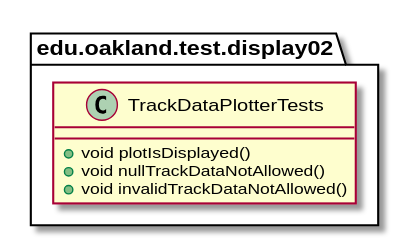
andrewdimmer/csi-3370-software-project keeps this PlantUML diagram as docs/uml-class-diagrams/display02/test/TrackDataPlotterTests/TrackDataPlotterTests.svg. Above is the earlier version.
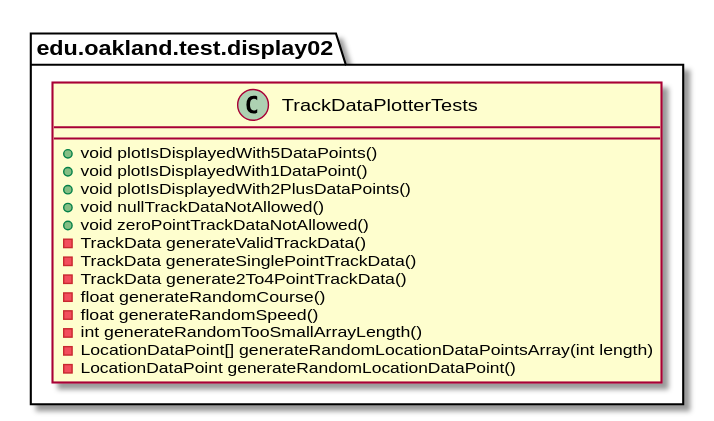
The same file after the commit.

Diff of the diagram source:
```diff
@@ -2,9 +2,20 @@
 
 package edu.oakland.test.display02 {
     class TrackDataPlotterTests {
-        + void plotIsDisplayed()
+        + void plotIsDisplayedWith5DataPoints()
+        + void plotIsDisplayedWith1DataPoint()
+        + void plotIsDisplayedWith2PlusDataPoints()
         + void nullTrackDataNotAllowed()
-        + void invalidTrackDataNotAllowed()
+        + void zeroPointTrackDataNotAllowed()
+        - TrackData generateValidTrackData()
+        - TrackData generateSinglePointTrackData()
+        - TrackData generate2To4PointTrackData()
+        - float generateRandomCourse()
+        - float generateRandomSpeed()
+        - int generateRandomTooSmallArrayLength()
+        - LocationDataPoint[] generateRandomLocationDataPointsArray(int length)
+        - LocationDataPoint generateRandomLocationDataPoint()
+
     }
 }
 
```
